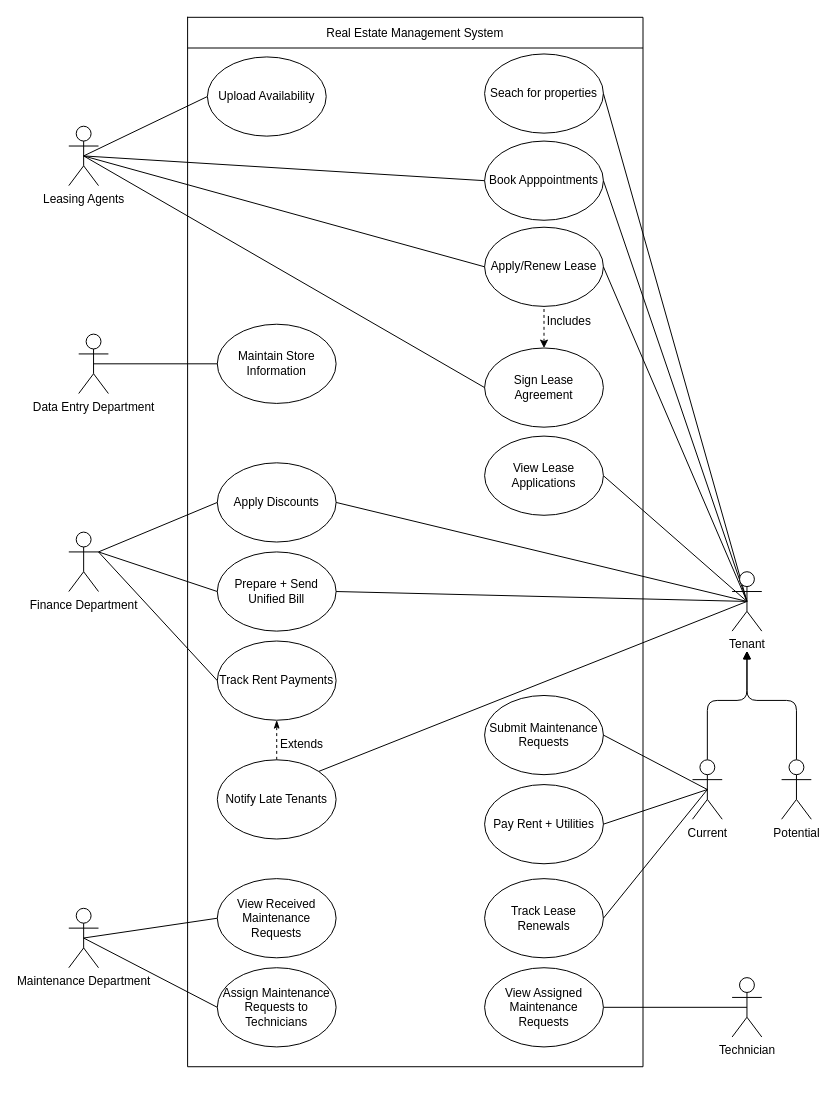
Earlier version of the draw.io diagram Use-case diagram/UseCaseDiagram.drawio (Omar-Farrag/Property-Management-System). Source tidied: cells renumbered, new cells numbered last; positions are measured from the earlier drawing's top-left corner, leaving out a move shared by most shapes. Both pictures are drawn from the tidied source at 99%, with x=0, y=0 at pixel (68, 17).
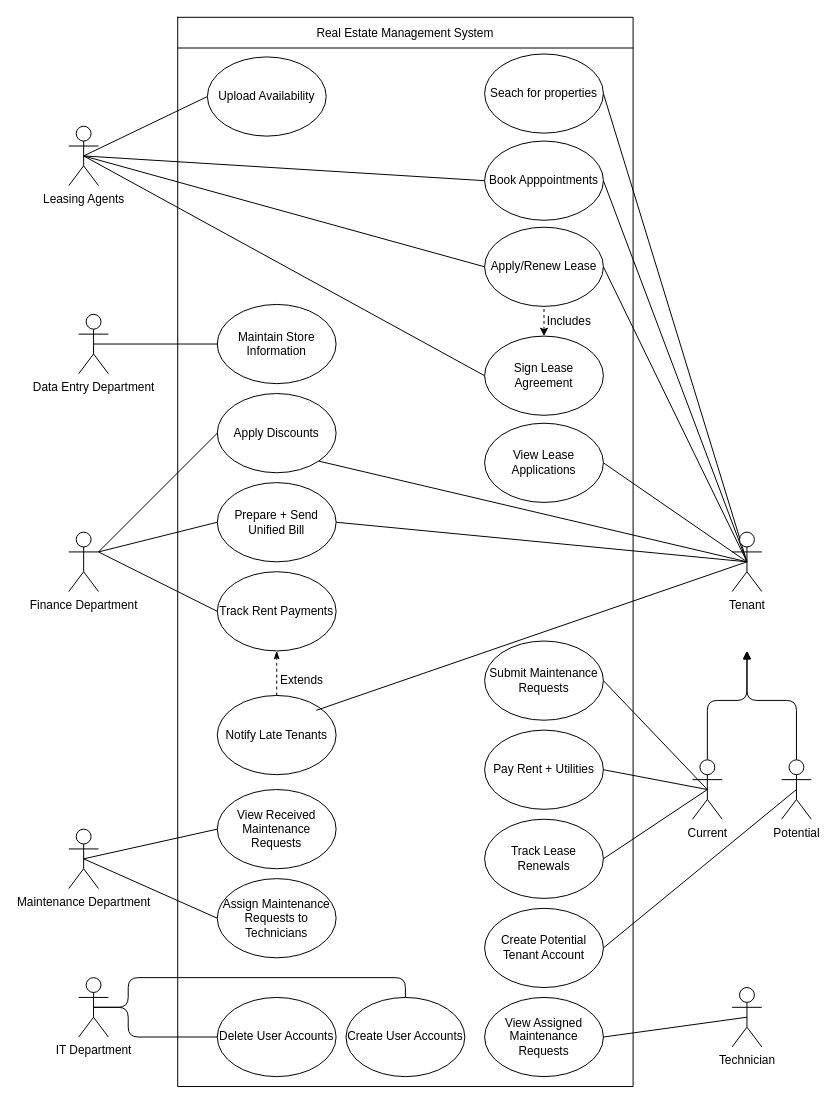
The same page after the edit.

Commit message:
Added IT department to use case diagram

Unchanged cells that the change refers to:
```xml
<mxCell id="53" value="Potential" style="shape=umlActor;verticalLabelPosition=bottom;verticalAlign=top;html=1;outlineConnect=0;" parent="1" vertex="1">
  <mxGeometry x="720" y="750" width="30" height="60" as="geometry" />
</mxCell>
```

Change to the diagram source:
```diff
@@
     <mxCell id="2" style="shape=table;startSize=0;childLayout=tableLayout;" parent="1" vertex="1">
-      <mxGeometry x="120" width="460" height="1060" as="geometry" />
+      <mxGeometry x="110" width="460" height="1080" as="geometry" />
     </mxCell>
@@
     <mxCell id="5" style="shape=tableRow;horizontal=0;startSize=0;swimlaneHead=0;swimlaneBody=0;top=0;left=0;bottom=0;right=0;fillColor=none;" parent="2" vertex="1">
-      <mxGeometry y="31" width="460" height="1029" as="geometry" />
+      <mxGeometry y="31" width="460" height="1049" as="geometry" />
     </mxCell>
     <mxCell id="6" style="shape=partialRectangle;html=1;whiteSpace=wrap;overflow=hidden;fillColor=none;top=0;left=0;bottom=0;right=0;" parent="5" vertex="1">
-      <mxGeometry width="460" height="1029" as="geometry" />
+      <mxGeometry width="460" height="1049" as="geometry" />
     </mxCell>
     <mxCell id="7" value="Prepare + Send Unified Bill" style="ellipse;whiteSpace=wrap;html=1;" parent="1" vertex="1">
-      <mxGeometry x="150" y="540" width="120" height="80" as="geometry" />
+      <mxGeometry x="150" y="470" width="120" height="80" as="geometry" />
     </mxCell>
     <mxCell id="8" value="Pay Rent + Utilities" style="ellipse;whiteSpace=wrap;html=1;" parent="1" vertex="1">
-      <mxGeometry x="420" y="775" width="120" height="80" as="geometry" />
+      <mxGeometry x="420" y="720" width="120" height="80" as="geometry" />
     </mxCell>
     <mxCell id="9" value="Apply Discounts" style="ellipse;whiteSpace=wrap;html=1;" parent="1" vertex="1">
-      <mxGeometry x="150" y="450" width="120" height="80" as="geometry" />
+      <mxGeometry x="150" y="380" width="120" height="80" as="geometry" />
     </mxCell>
@@
     <mxCell id="11" value="Notify Late Tenants" style="ellipse;whiteSpace=wrap;html=1;" parent="1" vertex="1">
-      <mxGeometry x="150" y="750" width="120" height="80" as="geometry" />
+      <mxGeometry x="150" y="685" width="120" height="80" as="geometry" />
     </mxCell>
     <mxCell id="12" value="Submit Maintenance Requests" style="ellipse;whiteSpace=wrap;html=1;" parent="1" vertex="1">
-      <mxGeometry x="420" y="685" width="120" height="80" as="geometry" />
+      <mxGeometry x="420" y="630" width="120" height="80" as="geometry" />
     </mxCell>
     <mxCell id="13" value="Track Rent Payments" style="ellipse;whiteSpace=wrap;html=1;" parent="1" vertex="1">
-      <mxGeometry x="150" y="630" width="120" height="80" as="geometry" />
+      <mxGeometry x="150" y="560" width="120" height="80" as="geometry" />
     </mxCell>
     <mxCell id="14" value="Track Lease Renewals" style="ellipse;whiteSpace=wrap;html=1;" parent="1" vertex="1">
-      <mxGeometry x="420" y="870" width="120" height="80" as="geometry" />
+      <mxGeometry x="420" y="810" width="120" height="80" as="geometry" />
     </mxCell>
@@
     <mxCell id="16" value="Sign Lease Agreement" style="ellipse;whiteSpace=wrap;html=1;" parent="1" vertex="1">
-      <mxGeometry x="420" y="334" width="120" height="80" as="geometry" />
+      <mxGeometry x="420" y="322" width="120" height="80" as="geometry" />
     </mxCell>
@@
     <mxCell id="20" value="Maintain Store Information" style="ellipse;whiteSpace=wrap;html=1;" parent="1" vertex="1">
-      <mxGeometry x="150" y="310" width="120" height="80" as="geometry" />
+      <mxGeometry x="150" y="290" width="120" height="80" as="geometry" />
     </mxCell>
@@
     <mxCell id="23" value="Maintenance Department" style="shape=umlActor;verticalLabelPosition=bottom;verticalAlign=top;html=1;outlineConnect=0;" parent="1" vertex="1">
-      <mxGeometry y="900" width="30" height="60" as="geometry" />
+      <mxGeometry y="820" width="30" height="60" as="geometry" />
     </mxCell>
@@
     <mxCell id="29" value="Data Entry Department" style="shape=umlActor;verticalLabelPosition=bottom;verticalAlign=top;html=1;outlineConnect=0;" parent="1" vertex="1">
-      <mxGeometry x="10" y="320" width="30" height="60" as="geometry" />
+      <mxGeometry x="10" y="300" width="30" height="60" as="geometry" />
     </mxCell>
@@
-    <mxCell id="33" style="edgeStyle=none;html=1;exitX=0.5;exitY=0.5;exitDx=0;exitDy=0;exitPerimeter=0;entryX=1;entryY=0;entryDx=0;entryDy=0;endArrow=none;endFill=0;" parent="1" edge="1" source="37" target="11">
-      <mxGeometry relative="1" as="geometry" />
+    <mxCell id="33" style="edgeStyle=none;html=1;exitX=0.5;exitY=0.5;exitDx=0;exitDy=0;exitPerimeter=0;endArrow=none;endFill=0;" parent="1" edge="1" source="37">
+      <mxGeometry relative="1" as="geometry">
+        <mxPoint x="250" y="700" as="targetPoint" />
+      </mxGeometry>
     </mxCell>
@@
-    <mxCell id="36" style="edgeStyle=none;html=1;exitX=0.5;exitY=0.5;exitDx=0;exitDy=0;exitPerimeter=0;entryX=1;entryY=0.5;entryDx=0;entryDy=0;endArrow=none;endFill=0;" parent="1" edge="1" source="37" target="9">
+    <mxCell id="36" style="edgeStyle=none;html=1;exitX=0.5;exitY=0.5;exitDx=0;exitDy=0;exitPerimeter=0;entryX=1;entryY=1;entryDx=0;entryDy=0;endArrow=none;endFill=0;" parent="1" edge="1" source="37" target="9">
       <mxGeometry relative="1" as="geometry" />
     </mxCell>
     <mxCell id="37" value="Tenant" style="shape=umlActor;verticalLabelPosition=bottom;verticalAlign=top;html=1;outlineConnect=0;" parent="1" vertex="1">
-      <mxGeometry x="670" y="560" width="30" height="60" as="geometry" />
+      <mxGeometry x="670" y="520" width="30" height="60" as="geometry" />
     </mxCell>
@@
     <mxCell id="43" value="View Received Maintenance Requests" style="ellipse;whiteSpace=wrap;html=1;" parent="1" vertex="1">
-      <mxGeometry x="150" y="870" width="120" height="80" as="geometry" />
+      <mxGeometry x="150" y="780" width="120" height="80" as="geometry" />
     </mxCell>
     <mxCell id="44" value="Assign Maintenance Requests to Technicians" style="ellipse;whiteSpace=wrap;html=1;" parent="1" vertex="1">
-      <mxGeometry x="150" y="960" width="120" height="80" as="geometry" />
+      <mxGeometry x="150" y="870" width="120" height="80" as="geometry" />
     </mxCell>
@@
     <mxCell id="46" value="Extends" style="text;html=1;align=center;verticalAlign=middle;strokeColor=none;fillColor=none;" parent="1" vertex="1">
-      <mxGeometry x="200" y="720" width="70" height="30" as="geometry" />
+      <mxGeometry x="200" y="655" width="70" height="30" as="geometry" />
     </mxCell>
@@
+    <mxCell id="59" style="elbow=vertical;html=1;exitX=0.5;exitY=0.5;exitDx=0;exitDy=0;exitPerimeter=0;entryX=1;entryY=0.5;entryDx=0;entryDy=0;endArrow=none;endFill=0;" parent="1" edge="1" source="53" target="65">
+      <mxGeometry relative="1" as="geometry" />
+    </mxCell>
@@
-    <mxCell id="55" value="Technician" style="shape=umlActor;verticalLabelPosition=bottom;verticalAlign=top;html=1;outlineConnect=0;" parent="1" vertex="1">
-      <mxGeometry x="670" y="970" width="30" height="60" as="geometry" />
+    <mxCell id="55" value="Technician" style="shape=umlActor;verticalLabelPosition=bottom;verticalAlign=top;html=1;outlineConnect=0;direction=east;" parent="1" vertex="1">
+      <mxGeometry x="670" y="980" width="30" height="60" as="geometry" />
     </mxCell>
     <mxCell id="56" value="View Assigned Maintenance Requests" style="ellipse;whiteSpace=wrap;html=1;" parent="1" vertex="1">
-      <mxGeometry x="420" y="960" width="120" height="80" as="geometry" />
+      <mxGeometry x="420" y="990" width="120" height="80" as="geometry" />
     </mxCell>
     <mxCell id="57" value="View Lease Applications" style="ellipse;whiteSpace=wrap;html=1;" parent="1" vertex="1">
-      <mxGeometry x="420" y="423" width="120" height="80" as="geometry" />
+      <mxGeometry x="420" y="410" width="120" height="80" as="geometry" />
     </mxCell>
@@
+    <mxCell id="60" style="edgeStyle=orthogonalEdgeStyle;html=1;exitX=0.5;exitY=0.5;exitDx=0;exitDy=0;exitPerimeter=0;entryX=0;entryY=0.5;entryDx=0;entryDy=0;endArrow=none;endFill=0;" parent="1" edge="1" source="62" target="63">
+      <mxGeometry relative="1" as="geometry">
+        <Array as="points">
+          <mxPoint x="60" y="1000" />
+          <mxPoint x="60" y="1030" />
+        </Array>
+      </mxGeometry>
+    </mxCell>
+    <mxCell id="61" style="edgeStyle=orthogonalEdgeStyle;html=1;exitX=0.5;exitY=0.5;exitDx=0;exitDy=0;exitPerimeter=0;entryX=0.5;entryY=0;entryDx=0;entryDy=0;endArrow=none;endFill=0;" parent="1" edge="1" source="62" target="64">
+      <mxGeometry relative="1" as="geometry">
+        <Array as="points">
+          <mxPoint x="60" y="1000" />
+          <mxPoint x="60" y="970" />
+          <mxPoint x="340" y="970" />
+        </Array>
+      </mxGeometry>
+    </mxCell>
+    <mxCell id="62" value="IT Department" style="shape=umlActor;verticalLabelPosition=bottom;verticalAlign=top;html=1;outlineConnect=0;" parent="1" vertex="1">
+      <mxGeometry x="10" y="970" width="30" height="60" as="geometry" />
+    </mxCell>
+    <mxCell id="63" value="Delete User Accounts" style="ellipse;whiteSpace=wrap;html=1;" parent="1" vertex="1">
+      <mxGeometry x="150" y="990" width="120" height="80" as="geometry" />
+    </mxCell>
+    <mxCell id="64" value="Create User Accounts" style="ellipse;whiteSpace=wrap;html=1;" parent="1" vertex="1">
+      <mxGeometry x="280" y="990" width="120" height="80" as="geometry" />
+    </mxCell>
+    <mxCell id="65" value="Create Potential Tenant Account" style="ellipse;whiteSpace=wrap;html=1;" parent="1" vertex="1">
+      <mxGeometry x="420" y="900" width="120" height="80" as="geometry" />
+    </mxCell>
```
